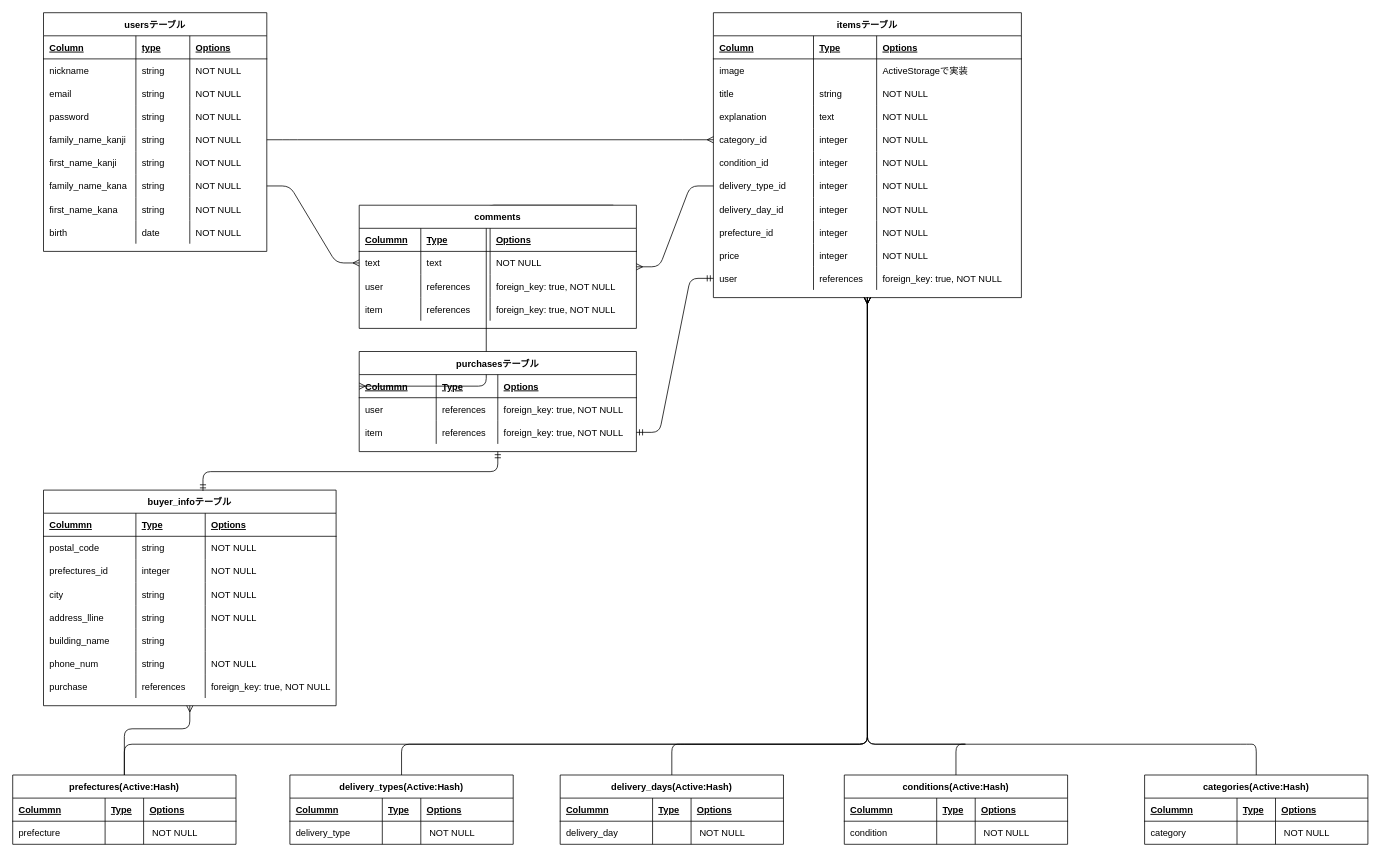
This is er_draw.dio from yosuke-yagishita/furima-30458, a draw.io file, before an edit. Source tidied: cells renumbered, new cells numbered last; positions are measured from the earlier drawing's top-left corner, leaving out a move shared by most shapes. Both pictures are drawn from the tidied source at 77%, with x=0, y=0 at pixel (12, 12).
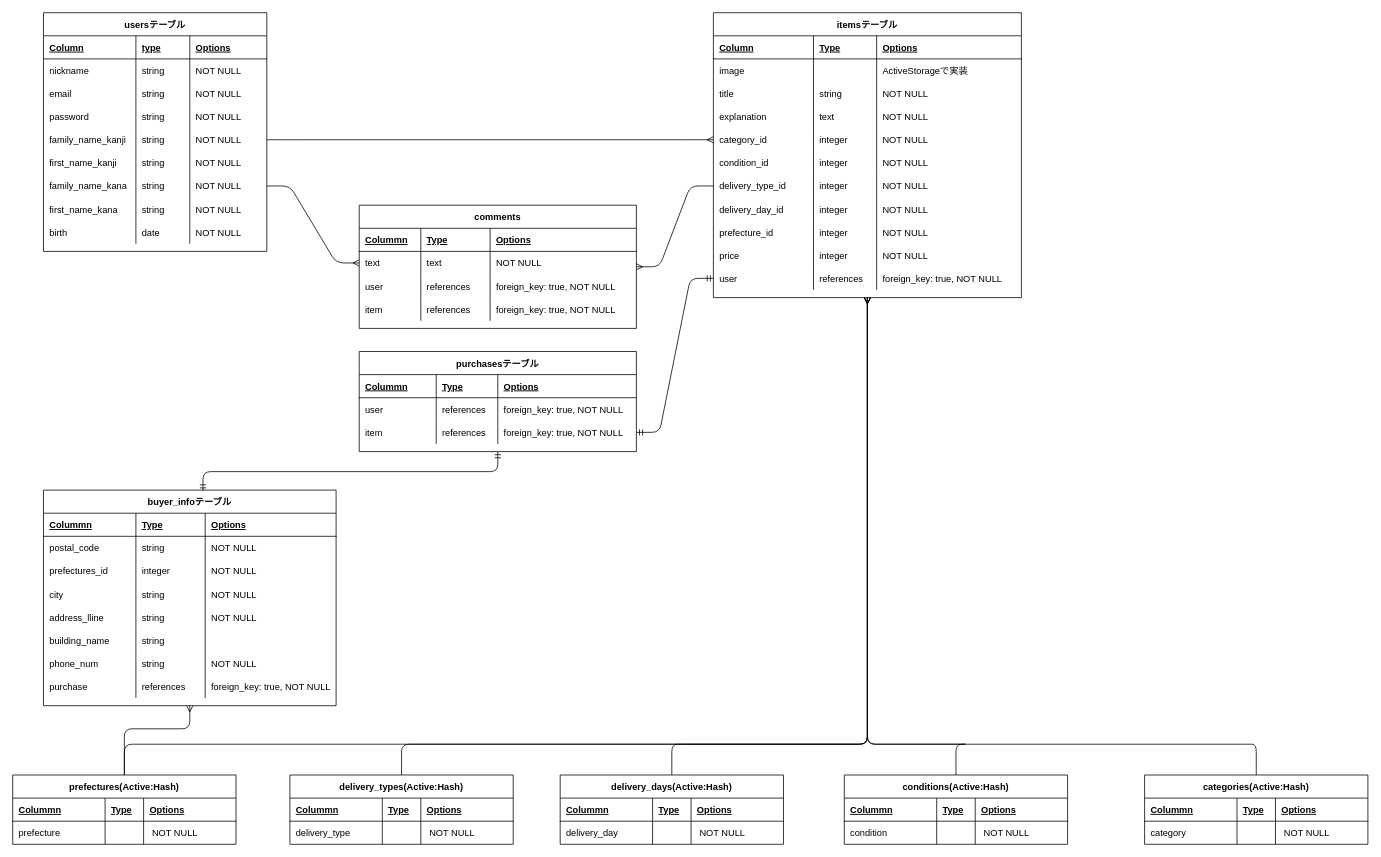
After the change.

Commit message:
ER図表示内容修正

The change refers to these unchanged cells:
```xml
<mxCell id="190" style="shape=partialRectangle;fillColor=none;top=0;left=0;bottom=1;right=0;points=[[0,0.5],[1,0.5]];portConstraint=eastwest;" parent="189" vertex="1">
  <mxGeometry y="30" width="360" height="30" as="geometry" />
</mxCell>
```

Diff of the diagram source:
```diff
@@
-    <mxCell id="162" style="edgeStyle=elbowEdgeStyle;fontSize=12;html=1;endArrow=ERmany;entryX=0;entryY=0.5;entryDx=0;entryDy=0;exitX=1;exitY=0.5;exitDx=0;exitDy=0;" parent="1" edge="1" target="190">
-      <mxGeometry relative="1" as="geometry">
-        <mxPoint x="780" y="250" as="sourcePoint" />
-      </mxGeometry>
-    </mxCell>
```
